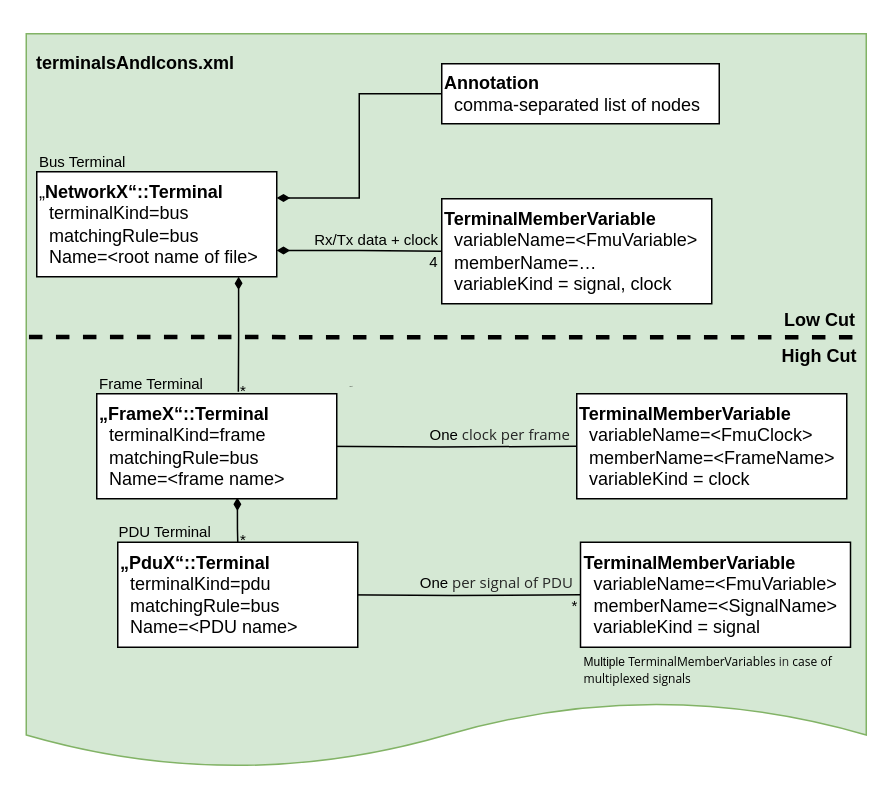
modelica/fmi-ls-bus keeps this draw.io diagram as docs/images/terminal_relations.drawio. Above is the earlier version. Source tidied: cells renumbered, new cells numbered last; positions are measured from the earlier drawing's top-left corner, leaving out a move shared by most shapes. Both pictures are drawn from the tidied source at 150%, with x=0, y=0 at pixel (26, 33).
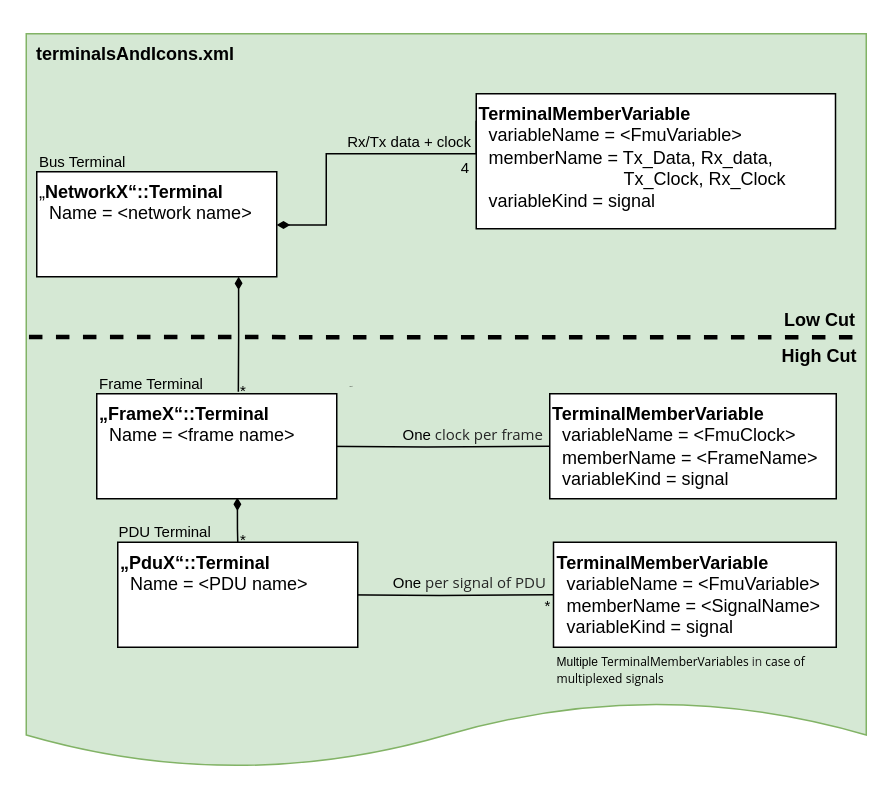
Above is the later version.

Change to the diagram source:
```diff
@@
     <mxCell id="3" value="&lt;p style=&quot;language:de;margin-top:6.0pt;margin-bottom:0pt;margin-left:0in;&lt;br/&gt;text-indent:0in;text-align:left;direction:ltr;unicode-bidi:embed;mso-line-break-override:&lt;br/&gt;none;word-break:normal;punctuation-wrap:hanging&quot;&gt;terminalsAndIcons.xml&lt;/p&gt;" style="text;html=1;strokeColor=none;fillColor=none;align=center;verticalAlign=middle;whiteSpace=wrap;rounded=0;fontStyle=1;" parent="1" vertex="1">
-      <mxGeometry x="43" y="1" width="60" height="30" as="geometry" />
+      <mxGeometry x="43" y="-5" width="60" height="30" as="geometry" />
     </mxCell>
-    <mxCell id="4" style="edgeStyle=orthogonalEdgeStyle;rounded=0;jettySize=auto;html=1;exitX=1;exitY=0.75;exitDx=0;exitDy=0;startArrow=diamondThin;startFill=1;endArrow=none;endFill=0;" parent="1" edge="1" source="6" target="9">
-      <mxGeometry relative="1" as="geometry" />
+    <mxCell id="4" style="edgeStyle=orthogonalEdgeStyle;rounded=0;orthogonalLoop=1;jettySize=auto;html=1;exitX=1;exitY=0.75;exitDx=0;exitDy=0;startArrow=diamondThin;startFill=1;endArrow=none;endFill=0;" parent="1" edge="1">
+      <mxGeometry relative="1" as="geometry">
+        <mxPoint x="167" y="127.5" as="sourcePoint" />
+        <mxPoint x="300" y="58" as="targetPoint" />
+        <Array as="points">
+          <mxPoint x="200" y="128" />
+          <mxPoint x="200" y="80" />
+          <mxPoint x="300" y="80" />
+        </Array>
+      </mxGeometry>
     </mxCell>
@@
-    <mxCell id="6" value="&lt;p style=&quot;margin-top: 0pt; margin-bottom: 0pt; margin-left: 0in; text-indent: 0in; direction: ltr; unicode-bidi: embed; word-break: normal;&quot;&gt;„&lt;b&gt;&lt;span&gt;NetworkX&lt;/span&gt;&lt;span&gt;“&lt;/span&gt;&lt;span&gt;::Terminal&lt;/span&gt;&lt;/b&gt;&lt;/p&gt;&lt;p style=&quot;margin-top: 0pt; margin-bottom: 0pt; margin-left: 0in; text-indent: 0in; direction: ltr; unicode-bidi: embed; word-break: normal;&quot;&gt;&lt;span&gt;&amp;nbsp;&amp;nbsp;&lt;/span&gt;&lt;span&gt;terminalKind&lt;/span&gt;&lt;span&gt;=&lt;/span&gt;&lt;span&gt;bus&lt;/span&gt;&lt;/p&gt;&lt;p style=&quot;margin-top: 0pt; margin-bottom: 0pt; margin-left: 0in; text-indent: 0in; direction: ltr; unicode-bidi: embed; word-break: normal;&quot;&gt;&lt;span&gt;&amp;nbsp;&amp;nbsp;&lt;/span&gt;&lt;span&gt;matchingRule&lt;/span&gt;&lt;span&gt;=&lt;/span&gt;&lt;span&gt;bus&lt;/span&gt;&lt;/p&gt;&lt;p style=&quot;margin-top: 0pt; margin-bottom: 0pt; margin-left: 0in; text-indent: 0in; direction: ltr; unicode-bidi: embed; word-break: normal;&quot;&gt;&lt;span&gt;&amp;nbsp; Name=&lt;/span&gt;&lt;span&gt;&amp;lt;root &lt;/span&gt;&lt;span&gt;name&lt;/span&gt;&lt;span&gt; &lt;/span&gt;&lt;span&gt;of&lt;/span&gt;&lt;span&gt; &lt;/span&gt;&lt;span&gt;file&lt;/span&gt;&lt;span&gt;&amp;gt;&lt;/span&gt;&lt;/p&gt;" style="rounded=0;whiteSpace=wrap;html=1;align=left;verticalAlign=top;" parent="1" vertex="1">
+    <mxCell id="6" value="&lt;p style=&quot;margin-top: 0pt; margin-bottom: 0pt; margin-left: 0in; text-indent: 0in; direction: ltr; unicode-bidi: embed; word-break: normal;&quot;&gt;„&lt;b&gt;&lt;span&gt;NetworkX&lt;/span&gt;&lt;span&gt;“&lt;/span&gt;&lt;span&gt;::Terminal&lt;/span&gt;&lt;/b&gt;&lt;/p&gt;&lt;p style=&quot;margin-top: 0pt; margin-bottom: 0pt; margin-left: 0in; text-indent: 0in; direction: ltr; unicode-bidi: embed; word-break: normal;&quot;&gt;&lt;span&gt;&amp;nbsp; Name =&amp;nbsp;&lt;/span&gt;&lt;span&gt;&amp;lt;network name&lt;/span&gt;&lt;span&gt;&amp;gt;&lt;/span&gt;&lt;/p&gt;" style="rounded=0;whiteSpace=wrap;html=1;align=left;verticalAlign=top;" parent="1" vertex="1">
       <mxGeometry x="7" y="92" width="160" height="70" as="geometry" />
     </mxCell>
-    <mxCell id="7" style="edgeStyle=orthogonalEdgeStyle;rounded=0;jettySize=auto;html=1;exitX=1;exitY=0.25;exitDx=0;exitDy=0;entryX=0;entryY=0.5;entryDx=0;entryDy=0;endArrow=none;endFill=0;startArrow=diamondThin;startFill=1;" parent="1" edge="1" source="6" target="8">
-      <mxGeometry relative="1" as="geometry" />
-    </mxCell>
-    <mxCell id="8" value="&lt;div&gt;&lt;b&gt;Annotation&lt;/b&gt;&lt;/div&gt;&lt;div&gt;&amp;nbsp; comma-separated list of nodes&lt;/div&gt;" style="whiteSpace=wrap;html=1;align=left;fillStyle=solid;fillColor=#FFFFFF;" parent="1" vertex="1">
-      <mxGeometry x="277" y="20" width="185" height="40" as="geometry" />
-    </mxCell>
-    <mxCell id="9" value="&lt;p style=&quot;margin-top: 0pt; margin-bottom: 0pt; margin-left: 0in; text-indent: 0in; direction: ltr; unicode-bidi: embed; word-break: normal;&quot;&gt;&lt;b&gt;TerminalMemberVariable&lt;/b&gt;&lt;/p&gt;&lt;p style=&quot;margin-top: 0pt; margin-bottom: 0pt; margin-left: 0in; text-indent: 0in; direction: ltr; unicode-bidi: embed; word-break: normal;&quot;&gt;&amp;nbsp; variableName=&amp;lt;FmuVariable&amp;gt;&lt;/p&gt;&lt;p style=&quot;margin-top: 0pt; margin-bottom: 0pt; margin-left: 0in; text-indent: 0in; direction: ltr; unicode-bidi: embed; word-break: normal;&quot;&gt;&amp;nbsp; memberName=…&amp;nbsp;&amp;nbsp;&lt;/p&gt;&lt;p style=&quot;margin-top: 0pt; margin-bottom: 0pt; margin-left: 0in; text-indent: 0in; direction: ltr; unicode-bidi: embed; word-break: normal;&quot;&gt;&amp;nbsp; variableKind = signal, clock&lt;/p&gt;&lt;div&gt;&lt;br&gt;&lt;/div&gt;" style="rounded=0;whiteSpace=wrap;html=1;align=left;verticalAlign=top;" parent="1" vertex="1">
-      <mxGeometry x="277" y="110" width="180" height="70" as="geometry" />
+    <mxCell id="9" value="&lt;p style=&quot;margin-top: 0pt; margin-bottom: 0pt; margin-left: 0in; text-indent: 0in; direction: ltr; unicode-bidi: embed; word-break: normal;&quot;&gt;&lt;b&gt;TerminalMemberVariable&lt;/b&gt;&lt;/p&gt;&lt;p style=&quot;margin-top: 0pt; margin-bottom: 0pt; margin-left: 0in; text-indent: 0in; direction: ltr; unicode-bidi: embed; word-break: normal;&quot;&gt;&amp;nbsp; variableName = &amp;lt;FmuVariable&amp;gt;&lt;/p&gt;&lt;p style=&quot;margin-top: 0pt; margin-bottom: 0pt; margin-left: 0in; text-indent: 0in; direction: ltr; unicode-bidi: embed; word-break: normal;&quot;&gt;&amp;nbsp; memberName = Tx_Data, Rx_data,&amp;nbsp; &amp;nbsp; &amp;nbsp; &amp;nbsp; &amp;nbsp; &amp;nbsp; &amp;nbsp; &amp;nbsp; &amp;nbsp; &amp;nbsp; &amp;nbsp; &amp;nbsp; &amp;nbsp; &amp;nbsp; &amp;nbsp; &amp;nbsp; &amp;nbsp; &amp;nbsp; &amp;nbsp; &amp;nbsp; &amp;nbsp;Tx_Clock, Rx_Clock&amp;nbsp;&amp;nbsp;&lt;/p&gt;&lt;p style=&quot;margin-top: 0pt; margin-bottom: 0pt; margin-left: 0in; text-indent: 0in; direction: ltr; unicode-bidi: embed; word-break: normal;&quot;&gt;&amp;nbsp; variableKind = signal&lt;/p&gt;&lt;div&gt;&lt;br&gt;&lt;/div&gt;" style="rounded=0;whiteSpace=wrap;html=1;align=left;verticalAlign=top;" parent="1" vertex="1">
+      <mxGeometry x="300" y="40" width="239.5" height="90" as="geometry" />
     </mxCell>
@@
-    <mxCell id="15" value="&lt;p style=&quot;margin-top: 0pt; margin-bottom: 0pt; margin-left: 0in; text-indent: 0in; direction: ltr; unicode-bidi: embed; word-break: normal;&quot;&gt;&lt;b&gt;„FrameX“::Terminal&lt;/b&gt;&lt;/p&gt;&lt;p style=&quot;margin-top: 0pt; margin-bottom: 0pt; margin-left: 0in; text-indent: 0in; direction: ltr; unicode-bidi: embed; word-break: normal;&quot;&gt;&amp;nbsp; terminalKind=frame&lt;/p&gt;&lt;p style=&quot;margin-top: 0pt; margin-bottom: 0pt; margin-left: 0in; text-indent: 0in; direction: ltr; unicode-bidi: embed; word-break: normal;&quot;&gt;&amp;nbsp; matchingRule=bus&lt;/p&gt;&lt;p style=&quot;margin-top: 0pt; margin-bottom: 0pt; margin-left: 0in; text-indent: 0in; direction: ltr; unicode-bidi: embed; word-break: normal;&quot;&gt;&amp;nbsp; Name=&amp;lt;frame name&amp;gt;&lt;/p&gt;&lt;div&gt;&lt;br&gt;&lt;/div&gt;" style="rounded=0;whiteSpace=wrap;html=1;align=left;verticalAlign=top;" parent="1" vertex="1">
+    <mxCell id="15" value="&lt;p style=&quot;margin-top: 0pt; margin-bottom: 0pt; margin-left: 0in; text-indent: 0in; direction: ltr; unicode-bidi: embed; word-break: normal;&quot;&gt;&lt;b&gt;„FrameX“::Terminal&lt;/b&gt;&lt;/p&gt;&lt;p style=&quot;margin-top: 0pt; margin-bottom: 0pt; margin-left: 0in; text-indent: 0in; direction: ltr; unicode-bidi: embed; word-break: normal;&quot;&gt;&amp;nbsp; Name = &amp;lt;frame name&amp;gt;&lt;/p&gt;&lt;div&gt;&lt;br&gt;&lt;/div&gt;" style="rounded=0;whiteSpace=wrap;html=1;align=left;verticalAlign=top;" parent="1" vertex="1">
       <mxGeometry x="47" y="240" width="160" height="70" as="geometry" />
     </mxCell>
@@
-    <mxCell id="17" value="&lt;p style=&quot;margin-top: 0pt; margin-bottom: 0pt; margin-left: 0in; text-indent: 0in; direction: ltr; unicode-bidi: embed; word-break: normal;&quot;&gt;&lt;b&gt;„PduX“::Terminal&lt;/b&gt;&lt;/p&gt;&lt;p style=&quot;margin-top: 0pt; margin-bottom: 0pt; margin-left: 0in; text-indent: 0in; direction: ltr; unicode-bidi: embed; word-break: normal;&quot;&gt;&amp;nbsp; terminalKind=pdu&lt;/p&gt;&lt;p style=&quot;margin-top: 0pt; margin-bottom: 0pt; margin-left: 0in; text-indent: 0in; direction: ltr; unicode-bidi: embed; word-break: normal;&quot;&gt;&amp;nbsp; matchingRule=bus&lt;/p&gt;&lt;p style=&quot;margin-top: 0pt; margin-bottom: 0pt; margin-left: 0in; text-indent: 0in; direction: ltr; unicode-bidi: embed; word-break: normal;&quot;&gt;&amp;nbsp; Name=&amp;lt;PDU name&amp;gt;&lt;/p&gt;" style="rounded=0;whiteSpace=wrap;html=1;align=left;verticalAlign=top;" parent="1" vertex="1">
+    <mxCell id="17" value="&lt;p style=&quot;margin-top: 0pt; margin-bottom: 0pt; margin-left: 0in; text-indent: 0in; direction: ltr; unicode-bidi: embed; word-break: normal;&quot;&gt;&lt;b&gt;„PduX“::Terminal&lt;/b&gt;&lt;/p&gt;&lt;p style=&quot;margin-top: 0pt; margin-bottom: 0pt; margin-left: 0in; text-indent: 0in; direction: ltr; unicode-bidi: embed; word-break: normal;&quot;&gt;&amp;nbsp; Name = &amp;lt;PDU name&amp;gt;&lt;/p&gt;" style="rounded=0;whiteSpace=wrap;html=1;align=left;verticalAlign=top;" parent="1" vertex="1">
       <mxGeometry x="61" y="339" width="160" height="70" as="geometry" />
     </mxCell>
-    <mxCell id="18" value="&lt;p style=&quot;margin-top: 0pt; margin-bottom: 0pt; margin-left: 0in; text-indent: 0in; direction: ltr; unicode-bidi: embed; word-break: normal;&quot;&gt;&lt;b&gt;TerminalMemberVariable&lt;/b&gt;&lt;/p&gt;&lt;p style=&quot;margin-top: 0pt; margin-bottom: 0pt; margin-left: 0in; text-indent: 0in; direction: ltr; unicode-bidi: embed; word-break: normal;&quot;&gt;&amp;nbsp; variableName=&amp;lt;FmuClock&amp;gt;&lt;/p&gt;&lt;p style=&quot;margin-top: 0pt; margin-bottom: 0pt; margin-left: 0in; text-indent: 0in; direction: ltr; unicode-bidi: embed; word-break: normal;&quot;&gt;&amp;nbsp; memberName=&amp;lt;FrameName&amp;gt;&amp;nbsp;&amp;nbsp;&lt;/p&gt;&lt;p style=&quot;margin-top: 0pt; margin-bottom: 0pt; margin-left: 0in; text-indent: 0in; direction: ltr; unicode-bidi: embed; word-break: normal;&quot;&gt;&amp;nbsp; variableKind = clock&lt;/p&gt;" style="rounded=0;whiteSpace=wrap;html=1;align=left;verticalAlign=top;" parent="1" vertex="1">
-      <mxGeometry x="367" y="240" width="180" height="70" as="geometry" />
+    <mxCell id="18" value="&lt;p style=&quot;margin-top: 0pt; margin-bottom: 0pt; margin-left: 0in; text-indent: 0in; direction: ltr; unicode-bidi: embed; word-break: normal;&quot;&gt;&lt;b&gt;TerminalMemberVariable&lt;/b&gt;&lt;/p&gt;&lt;p style=&quot;margin-top: 0pt; margin-bottom: 0pt; margin-left: 0in; text-indent: 0in; direction: ltr; unicode-bidi: embed; word-break: normal;&quot;&gt;&amp;nbsp; variableName = &amp;lt;FmuClock&amp;gt;&lt;/p&gt;&lt;p style=&quot;margin-top: 0pt; margin-bottom: 0pt; margin-left: 0in; text-indent: 0in; direction: ltr; unicode-bidi: embed; word-break: normal;&quot;&gt;&amp;nbsp; memberName = &amp;lt;FrameName&amp;gt;&amp;nbsp;&amp;nbsp;&lt;/p&gt;&lt;p style=&quot;margin-top: 0pt; margin-bottom: 0pt; margin-left: 0in; text-indent: 0in; direction: ltr; unicode-bidi: embed; word-break: normal;&quot;&gt;&amp;nbsp; variableKind = signal&lt;/p&gt;" style="rounded=0;whiteSpace=wrap;html=1;align=left;verticalAlign=top;" parent="1" vertex="1">
+      <mxGeometry x="349" y="240" width="191" height="70" as="geometry" />
     </mxCell>
-    <mxCell id="19" value="&lt;p style=&quot;margin-top: 0pt; margin-bottom: 0pt; margin-left: 0in; text-indent: 0in; direction: ltr; unicode-bidi: embed; word-break: normal;&quot;&gt;&lt;b&gt;TerminalMemberVariable&lt;/b&gt;&lt;/p&gt;&lt;p style=&quot;margin-top: 0pt; margin-bottom: 0pt; margin-left: 0in; text-indent: 0in; direction: ltr; unicode-bidi: embed; word-break: normal;&quot;&gt;&amp;nbsp; variableName=&amp;lt;FmuVariable&amp;gt;&lt;/p&gt;&lt;p style=&quot;margin-top: 0pt; margin-bottom: 0pt; margin-left: 0in; text-indent: 0in; direction: ltr; unicode-bidi: embed; word-break: normal;&quot;&gt;&amp;nbsp; memberName=&amp;lt;SignalName&amp;gt;&amp;nbsp;&amp;nbsp;&lt;/p&gt;&lt;p style=&quot;margin-top: 0pt; margin-bottom: 0pt; margin-left: 0in; text-indent: 0in; direction: ltr; unicode-bidi: embed; word-break: normal;&quot;&gt;&amp;nbsp; variableKind = signal&lt;/p&gt;" style="rounded=0;whiteSpace=wrap;html=1;align=left;verticalAlign=top;" parent="1" vertex="1">
-      <mxGeometry x="369.5" y="339" width="180" height="70" as="geometry" />
+    <mxCell id="19" value="&lt;p style=&quot;margin-top: 0pt; margin-bottom: 0pt; margin-left: 0in; text-indent: 0in; direction: ltr; unicode-bidi: embed; word-break: normal;&quot;&gt;&lt;b&gt;TerminalMemberVariable&lt;/b&gt;&lt;/p&gt;&lt;p style=&quot;margin-top: 0pt; margin-bottom: 0pt; margin-left: 0in; text-indent: 0in; direction: ltr; unicode-bidi: embed; word-break: normal;&quot;&gt;&amp;nbsp; variableName = &amp;lt;FmuVariable&amp;gt;&lt;/p&gt;&lt;p style=&quot;margin-top: 0pt; margin-bottom: 0pt; margin-left: 0in; text-indent: 0in; direction: ltr; unicode-bidi: embed; word-break: normal;&quot;&gt;&amp;nbsp; memberName = &amp;lt;SignalName&amp;gt;&amp;nbsp;&amp;nbsp;&lt;/p&gt;&lt;p style=&quot;margin-top: 0pt; margin-bottom: 0pt; margin-left: 0in; text-indent: 0in; direction: ltr; unicode-bidi: embed; word-break: normal;&quot;&gt;&amp;nbsp; variableKind = signal&lt;/p&gt;" style="rounded=0;whiteSpace=wrap;html=1;align=left;verticalAlign=top;" parent="1" vertex="1">
+      <mxGeometry x="351.5" y="339" width="188.5" height="70" as="geometry" />
     </mxCell>
@@
     <mxCell id="26" value="&lt;p style=&quot;margin-top: 0pt; margin-bottom: 0pt; margin-left: 0in; text-indent: 0in; direction: ltr; unicode-bidi: embed; word-break: normal;&quot;&gt;One&lt;span style=&quot;font-family: &amp;quot;Segoe UI&amp;quot;; color: rgb(38, 38, 38);&quot;&gt; &lt;/span&gt;&lt;span style=&quot;font-family: &amp;quot;Segoe UI&amp;quot;; color: rgb(38, 38, 38);&quot;&gt;clock&lt;/span&gt;&lt;span style=&quot;font-family: &amp;quot;Segoe UI&amp;quot;; color: rgb(38, 38, 38);&quot;&gt; per frame&lt;/span&gt;&lt;/p&gt;" style="text;html=1;strokeColor=none;fillColor=none;align=right;verticalAlign=middle;whiteSpace=wrap;rounded=0;fontSize=10;" parent="1" vertex="1">
-      <mxGeometry x="235" y="252" width="130" height="30" as="geometry" />
+      <mxGeometry x="217" y="252" width="130" height="30" as="geometry" />
     </mxCell>
     <mxCell id="27" value="&lt;p style=&quot;margin-top: 0pt; margin-bottom: 0pt; margin-left: 0in; text-indent: 0in; text-align: left; direction: ltr; unicode-bidi: embed; word-break: normal;&quot;&gt;One&lt;span style=&quot;font-family: &amp;quot;Segoe UI&amp;quot;; color: rgb(38, 38, 38);&quot;&gt; per &lt;/span&gt;&lt;span style=&quot;font-family: &amp;quot;Segoe UI&amp;quot;; color: rgb(38, 38, 38);&quot;&gt;signal&lt;/span&gt;&lt;span style=&quot;font-family: &amp;quot;Segoe UI&amp;quot;; color: rgb(38, 38, 38);&quot;&gt; &lt;/span&gt;&lt;span style=&quot;font-family: &amp;quot;Segoe UI&amp;quot;; color: rgb(38, 38, 38);&quot;&gt;of&lt;/span&gt;&lt;span style=&quot;font-family: &amp;quot;Segoe UI&amp;quot;; color: rgb(38, 38, 38);&quot;&gt; PDU&lt;/span&gt;&lt;/p&gt;" style="text;html=1;strokeColor=none;fillColor=none;align=right;verticalAlign=middle;whiteSpace=wrap;rounded=0;fontSize=10;" parent="1" vertex="1">
-      <mxGeometry x="237" y="351" width="130" height="30" as="geometry" />
+      <mxGeometry x="219" y="351" width="130" height="30" as="geometry" />
     </mxCell>
     <mxCell id="28" value="*" style="text;html=1;strokeColor=none;fillColor=none;align=center;verticalAlign=middle;whiteSpace=wrap;rounded=0;fontSize=10;" parent="1" vertex="1">
-      <mxGeometry x="336" y="366" width="60" height="30" as="geometry" />
+      <mxGeometry x="318" y="366" width="60" height="30" as="geometry" />
     </mxCell>
     <mxCell id="29" value="&lt;p style=&quot;margin-top: 0pt; margin-bottom: 0pt; margin-left: 0in; text-indent: 0in; direction: ltr; unicode-bidi: embed; word-break: normal; font-size: 8px;&quot;&gt;Multiple &lt;span style=&quot;font-size: 8px; font-family: &amp;quot;Segoe UI&amp;quot;;&quot;&gt;TerminalMemberVariables&lt;/span&gt;&lt;span style=&quot;font-family: &amp;quot;Segoe UI&amp;quot;; color: rgb(38, 38, 38); font-size: 8px;&quot;&gt; in &lt;/span&gt;&lt;span style=&quot;font-size: 8px; font-family: &amp;quot;Segoe UI&amp;quot;;&quot;&gt;case&lt;/span&gt;&lt;span style=&quot;font-size: 8px; color: rgb(38, 38, 38);&quot;&gt; &lt;/span&gt;&lt;span style=&quot;font-size: 8px; font-family: &amp;quot;Segoe UI&amp;quot;;&quot;&gt;of&lt;/span&gt;&lt;span style=&quot;font-size: 8px; color: rgb(38, 38, 38);&quot;&gt; &lt;/span&gt;&lt;span style=&quot;font-size: 8px; font-family: &amp;quot;Segoe UI&amp;quot;;&quot;&gt;multiplexed&lt;/span&gt;&lt;span style=&quot;font-size: 8px; color: rgb(38, 38, 38);&quot;&gt; &lt;/span&gt;&lt;span style=&quot;font-size: 8px; font-family: &amp;quot;Segoe UI&amp;quot;;&quot;&gt;signals&lt;/span&gt;&lt;/p&gt;" style="text;html=1;strokeColor=none;fillColor=none;align=left;verticalAlign=middle;whiteSpace=wrap;rounded=0;fontSize=8;" parent="1" vertex="1">
-      <mxGeometry x="369.5" y="409" width="170" height="30" as="geometry" />
+      <mxGeometry x="351.5" y="409" width="170" height="30" as="geometry" />
     </mxCell>
     <mxCell id="30" value="&lt;p style=&quot;margin-top: 0pt; margin-bottom: 0pt; margin-left: 0in; text-indent: 0in; direction: ltr; unicode-bidi: embed; word-break: normal;&quot;&gt;Rx/Tx data + clock&lt;/p&gt;" style="text;html=1;strokeColor=none;fillColor=none;align=right;verticalAlign=middle;whiteSpace=wrap;rounded=0;fontSize=10;" parent="1" vertex="1">
-      <mxGeometry x="147" y="122" width="130" height="30" as="geometry" />
+      <mxGeometry x="168.5" y="57" width="130" height="30" as="geometry" />
     </mxCell>
     <mxCell id="31" value="4" style="text;html=1;strokeColor=none;fillColor=none;align=center;verticalAlign=middle;whiteSpace=wrap;rounded=0;fontSize=10;" parent="1" vertex="1">
-      <mxGeometry x="242" y="137" width="60" height="30" as="geometry" />
+      <mxGeometry x="262.5" y="74" width="60" height="30" as="geometry" />
     </mxCell>
```
